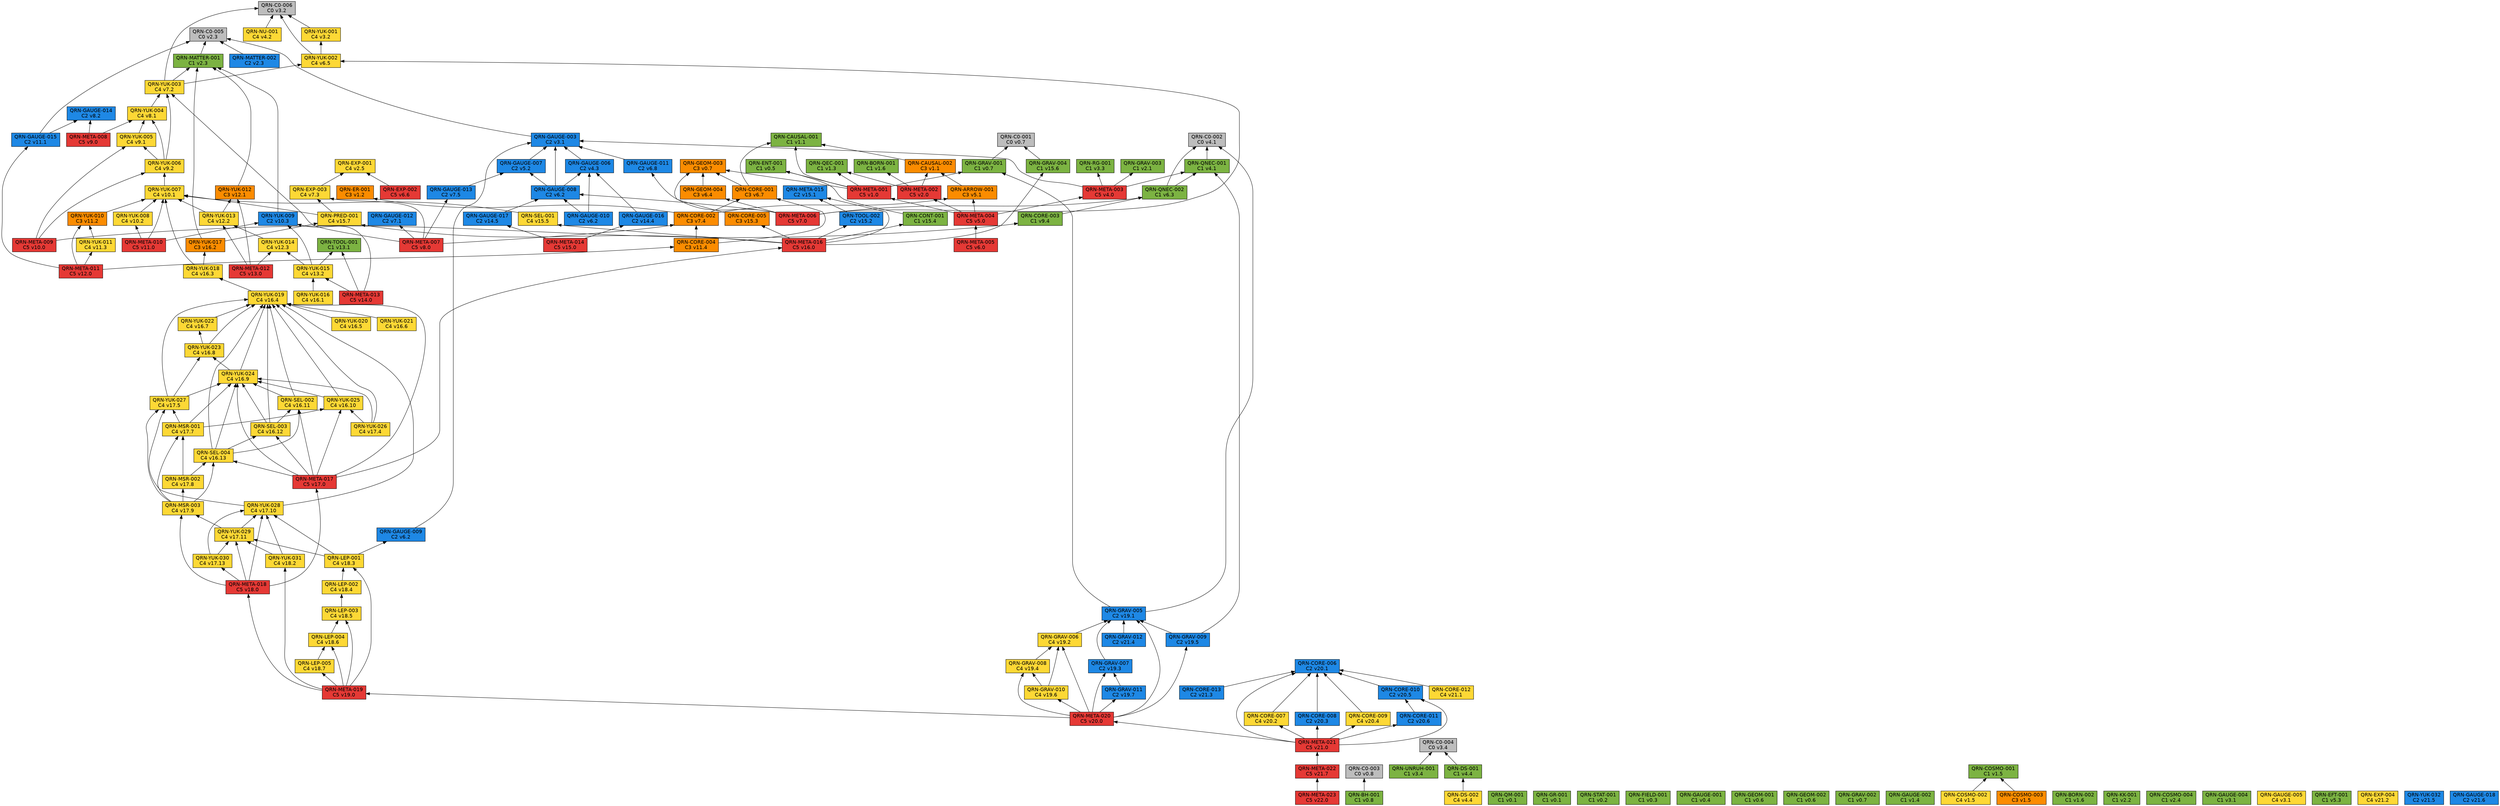
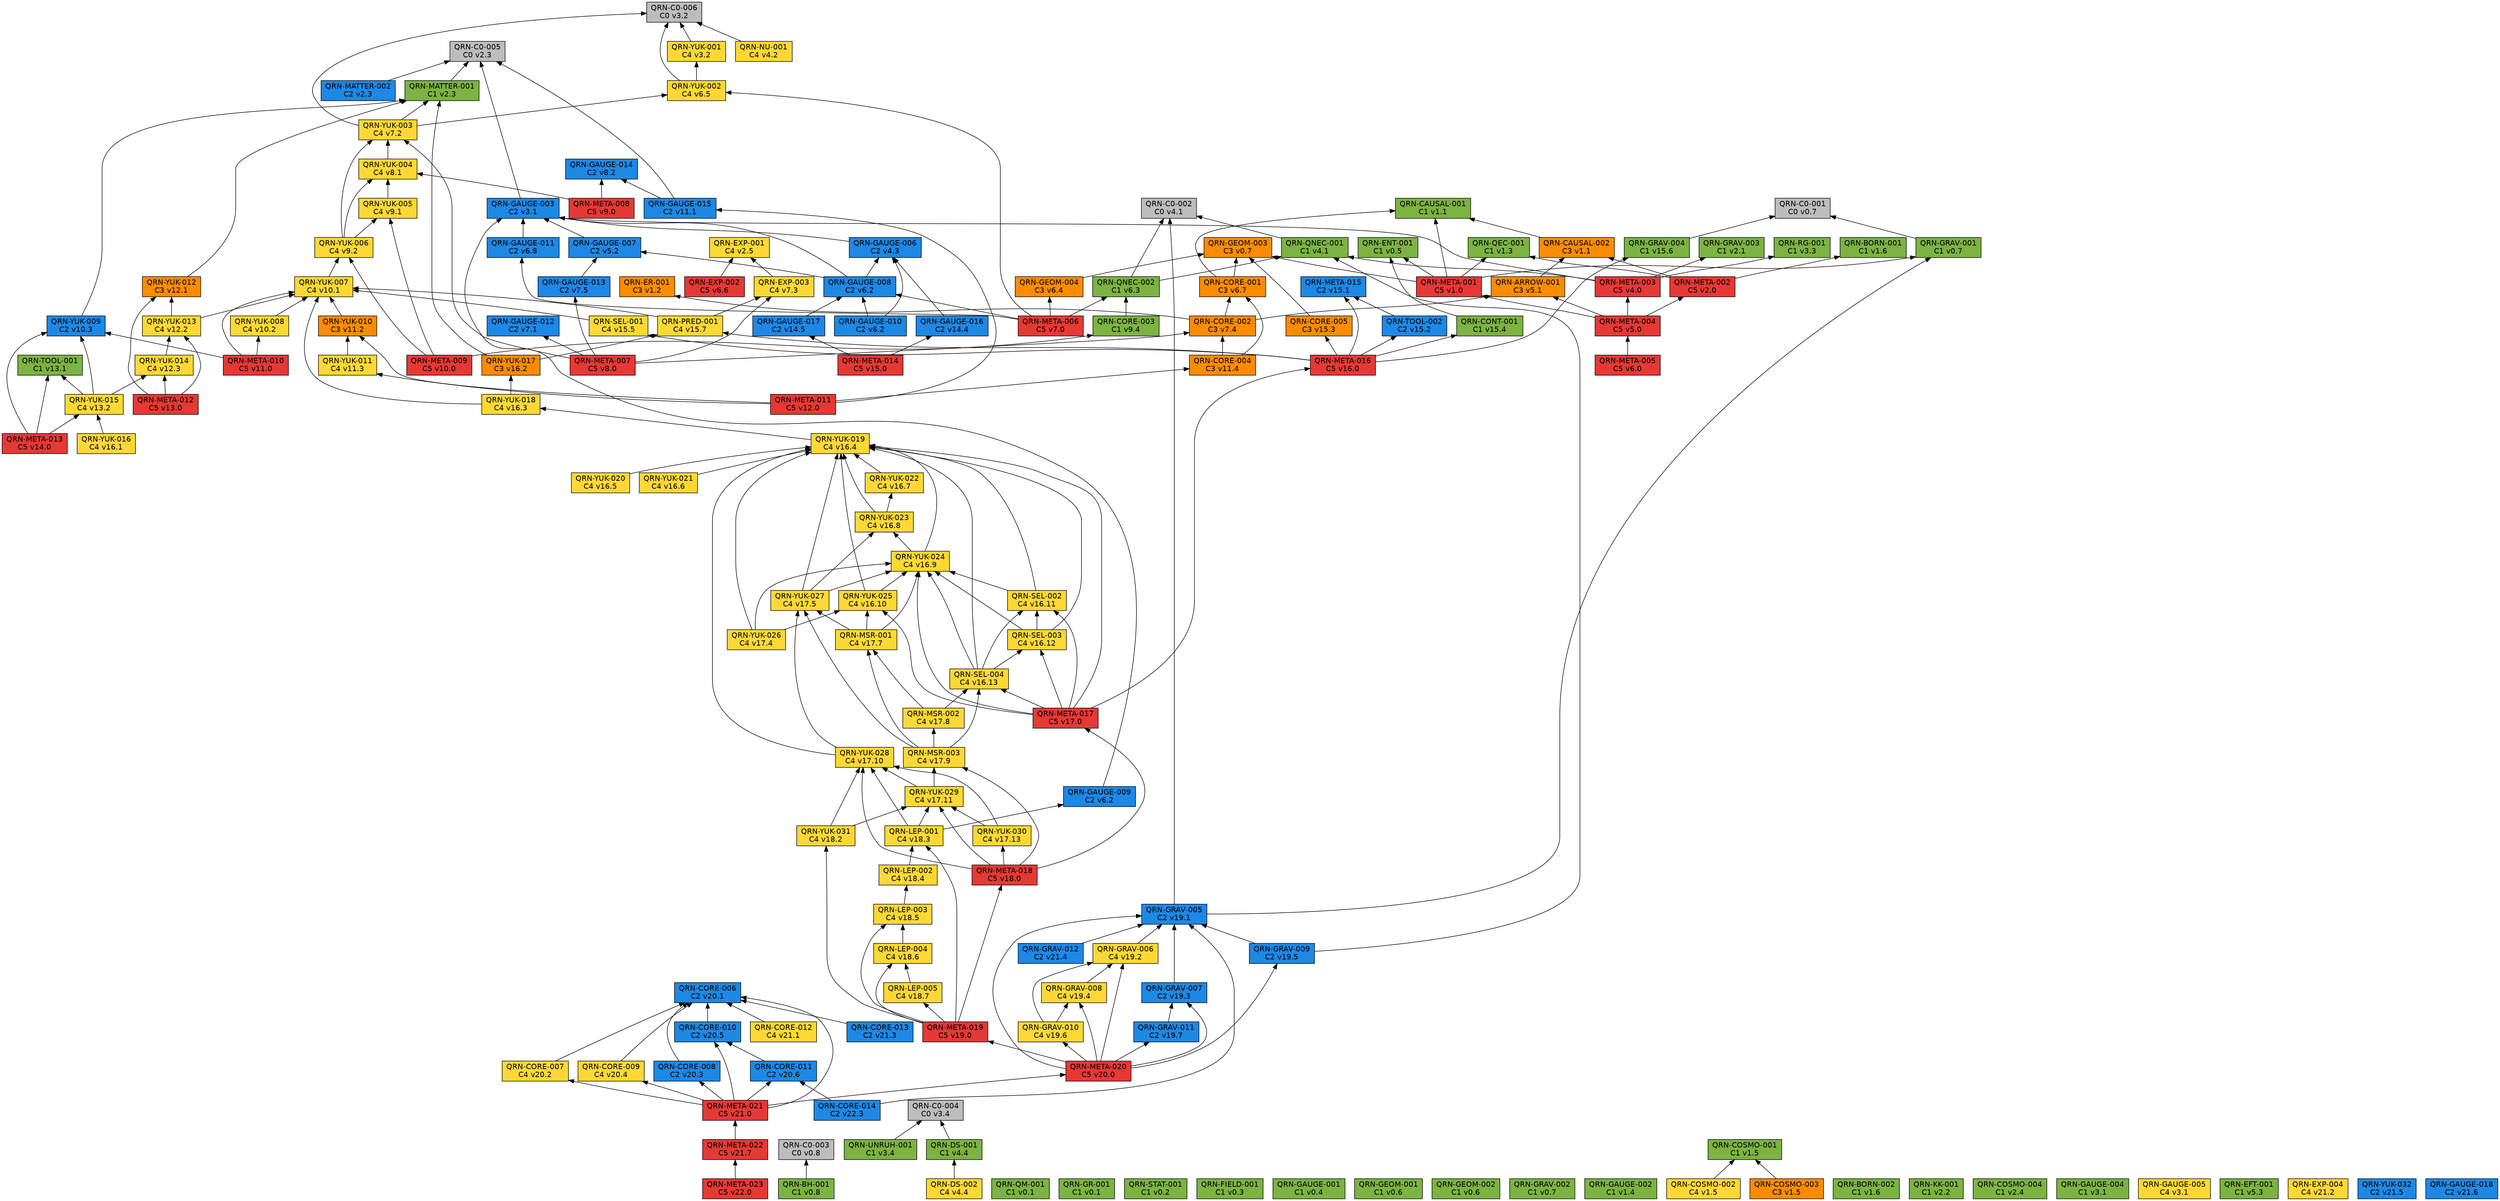
// 自動生成 (dag/report.pl) — QRN 主張依存グラフ
digraph qrn {
  rankdir=BT;
  node [shape=box, style=filled, fontname="Helvetica"];
  "QRN-C0-001" [fillcolor="#bdbdbd", label="QRN-C0-001\nC0 v0.7"];
  "QRN-C0-002" [fillcolor="#bdbdbd", label="QRN-C0-002\nC0 v4.1"];
  "QRN-C0-003" [fillcolor="#bdbdbd", label="QRN-C0-003\nC0 v0.8"];
  "QRN-C0-004" [fillcolor="#bdbdbd", label="QRN-C0-004\nC0 v3.4"];
  "QRN-C0-005" [fillcolor="#bdbdbd", label="QRN-C0-005\nC0 v2.3"];
  "QRN-C0-006" [fillcolor="#bdbdbd", label="QRN-C0-006\nC0 v3.2"];
  "QRN-QM-001" [fillcolor="#7cb342", label="QRN-QM-001\nC1 v0.1"];
  "QRN-GR-001" [fillcolor="#7cb342", label="QRN-GR-001\nC1 v0.1"];
  "QRN-STAT-001" [fillcolor="#7cb342", label="QRN-STAT-001\nC1 v0.2"];
  "QRN-FIELD-001" [fillcolor="#7cb342", label="QRN-FIELD-001\nC1 v0.3"];
  "QRN-GAUGE-001" [fillcolor="#7cb342", label="QRN-GAUGE-001\nC1 v0.4"];
  "QRN-ENT-001" [fillcolor="#7cb342", label="QRN-ENT-001\nC1 v0.5"];
  "QRN-GEOM-001" [fillcolor="#7cb342", label="QRN-GEOM-001\nC1 v0.6"];
  "QRN-GEOM-002" [fillcolor="#7cb342", label="QRN-GEOM-002\nC1 v0.6"];
  "QRN-GEOM-003" [fillcolor="#fb8c00", label="QRN-GEOM-003\nC3 v0.7"];
  "QRN-GRAV-001" [fillcolor="#7cb342", label="QRN-GRAV-001\nC1 v0.7"];
  "QRN-GRAV-002" [fillcolor="#7cb342", label="QRN-GRAV-002\nC1 v0.7"];
  "QRN-BH-001" [fillcolor="#7cb342", label="QRN-BH-001\nC1 v0.8"];
  "QRN-CAUSAL-001" [fillcolor="#7cb342", label="QRN-CAUSAL-001\nC1 v1.1"];
  "QRN-CAUSAL-002" [fillcolor="#fb8c00", label="QRN-CAUSAL-002\nC3 v1.1"];
  "QRN-ER-001" [fillcolor="#fb8c00", label="QRN-ER-001\nC3 v1.2"];
  "QRN-QEC-001" [fillcolor="#7cb342", label="QRN-QEC-001\nC1 v1.3"];
  "QRN-GAUGE-002" [fillcolor="#7cb342", label="QRN-GAUGE-002\nC1 v1.4"];
  "QRN-COSMO-001" [fillcolor="#7cb342", label="QRN-COSMO-001\nC1 v1.5"];
  "QRN-COSMO-002" [fillcolor="#fdd835", label="QRN-COSMO-002\nC4 v1.5"];
  "QRN-COSMO-003" [fillcolor="#fb8c00", label="QRN-COSMO-003\nC3 v1.5"];
  "QRN-BORN-001" [fillcolor="#7cb342", label="QRN-BORN-001\nC1 v1.6"];
  "QRN-BORN-002" [fillcolor="#7cb342", label="QRN-BORN-002\nC1 v1.6"];
  "QRN-GRAV-003" [fillcolor="#7cb342", label="QRN-GRAV-003\nC1 v2.1"];
  "QRN-KK-001" [fillcolor="#7cb342", label="QRN-KK-001\nC1 v2.2"];
  "QRN-MATTER-001" [fillcolor="#7cb342", label="QRN-MATTER-001\nC1 v2.3"];
  "QRN-MATTER-002" [fillcolor="#1e88e5", label="QRN-MATTER-002\nC2 v2.3"];
  "QRN-COSMO-004" [fillcolor="#7cb342", label="QRN-COSMO-004\nC1 v2.4"];
  "QRN-EXP-001" [fillcolor="#fdd835", label="QRN-EXP-001\nC4 v2.5"];
  "QRN-GAUGE-003" [fillcolor="#1e88e5", label="QRN-GAUGE-003\nC2 v3.1"];
  "QRN-GAUGE-004" [fillcolor="#7cb342", label="QRN-GAUGE-004\nC1 v3.1"];
  "QRN-GAUGE-005" [fillcolor="#fdd835", label="QRN-GAUGE-005\nC4 v3.1"];
  "QRN-YUK-001" [fillcolor="#fdd835", label="QRN-YUK-001\nC4 v3.2"];
  "QRN-RG-001" [fillcolor="#7cb342", label="QRN-RG-001\nC1 v3.3"];
  "QRN-UNRUH-001" [fillcolor="#7cb342", label="QRN-UNRUH-001\nC1 v3.4"];
  "QRN-QNEC-001" [fillcolor="#7cb342", label="QRN-QNEC-001\nC1 v4.1"];
  "QRN-NU-001" [fillcolor="#fdd835", label="QRN-NU-001\nC4 v4.2"];
  "QRN-GAUGE-006" [fillcolor="#1e88e5", label="QRN-GAUGE-006\nC2 v4.3"];
  "QRN-DS-001" [fillcolor="#7cb342", label="QRN-DS-001\nC1 v4.4"];
  "QRN-DS-002" [fillcolor="#fdd835", label="QRN-DS-002\nC4 v4.4"];
  "QRN-ARROW-001" [fillcolor="#fb8c00", label="QRN-ARROW-001\nC3 v5.1"];
  "QRN-GAUGE-007" [fillcolor="#1e88e5", label="QRN-GAUGE-007\nC2 v5.2"];
  "QRN-EFT-001" [fillcolor="#7cb342", label="QRN-EFT-001\nC1 v5.3"];
  "QRN-GAUGE-008" [fillcolor="#1e88e5", label="QRN-GAUGE-008\nC2 v6.2"];
  "QRN-GAUGE-009" [fillcolor="#1e88e5", label="QRN-GAUGE-009\nC2 v6.2"];
  "QRN-GAUGE-010" [fillcolor="#1e88e5", label="QRN-GAUGE-010\nC2 v6.2"];
  "QRN-QNEC-002" [fillcolor="#7cb342", label="QRN-QNEC-002\nC1 v6.3"];
  "QRN-GEOM-004" [fillcolor="#fb8c00", label="QRN-GEOM-004\nC3 v6.4"];
  "QRN-YUK-002" [fillcolor="#fdd835", label="QRN-YUK-002\nC4 v6.5"];
  "QRN-EXP-002" [fillcolor="#e53935", label="QRN-EXP-002\nC5 v6.6"];
  "QRN-CORE-001" [fillcolor="#fb8c00", label="QRN-CORE-001\nC3 v6.7"];
  "QRN-GAUGE-011" [fillcolor="#1e88e5", label="QRN-GAUGE-011\nC2 v6.8"];
  "QRN-GAUGE-012" [fillcolor="#1e88e5", label="QRN-GAUGE-012\nC2 v7.1"];
  "QRN-YUK-003" [fillcolor="#fdd835", label="QRN-YUK-003\nC4 v7.2"];
  "QRN-EXP-003" [fillcolor="#fdd835", label="QRN-EXP-003\nC4 v7.3"];
  "QRN-CORE-002" [fillcolor="#fb8c00", label="QRN-CORE-002\nC3 v7.4"];
  "QRN-GAUGE-013" [fillcolor="#1e88e5", label="QRN-GAUGE-013\nC2 v7.5"];
  "QRN-YUK-004" [fillcolor="#fdd835", label="QRN-YUK-004\nC4 v8.1"];
  "QRN-GAUGE-014" [fillcolor="#1e88e5", label="QRN-GAUGE-014\nC2 v8.2"];
  "QRN-META-001" [fillcolor="#e53935", label="QRN-META-001\nC5 v1.0"];
  "QRN-META-002" [fillcolor="#e53935", label="QRN-META-002\nC5 v2.0"];
  "QRN-META-003" [fillcolor="#e53935", label="QRN-META-003\nC5 v4.0"];
  "QRN-META-004" [fillcolor="#e53935", label="QRN-META-004\nC5 v5.0"];
  "QRN-META-005" [fillcolor="#e53935", label="QRN-META-005\nC5 v6.0"];
  "QRN-META-006" [fillcolor="#e53935", label="QRN-META-006\nC5 v7.0"];
  "QRN-META-007" [fillcolor="#e53935", label="QRN-META-007\nC5 v8.0"];
  "QRN-META-008" [fillcolor="#e53935", label="QRN-META-008\nC5 v9.0"];
  "QRN-YUK-005" [fillcolor="#fdd835", label="QRN-YUK-005\nC4 v9.1"];
  "QRN-YUK-006" [fillcolor="#fdd835", label="QRN-YUK-006\nC4 v9.2"];
  "QRN-CORE-003" [fillcolor="#7cb342", label="QRN-CORE-003\nC1 v9.4"];
  "QRN-META-009" [fillcolor="#e53935", label="QRN-META-009\nC5 v10.0"];
  "QRN-YUK-007" [fillcolor="#fdd835", label="QRN-YUK-007\nC4 v10.1"];
  "QRN-YUK-008" [fillcolor="#fdd835", label="QRN-YUK-008\nC4 v10.2"];
  "QRN-YUK-009" [fillcolor="#1e88e5", label="QRN-YUK-009\nC2 v10.3"];
  "QRN-META-010" [fillcolor="#e53935", label="QRN-META-010\nC5 v11.0"];
  "QRN-GAUGE-015" [fillcolor="#1e88e5", label="QRN-GAUGE-015\nC2 v11.1"];
  "QRN-YUK-010" [fillcolor="#fb8c00", label="QRN-YUK-010\nC3 v11.2"];
  "QRN-YUK-011" [fillcolor="#fdd835", label="QRN-YUK-011\nC4 v11.3"];
  "QRN-CORE-004" [fillcolor="#fb8c00", label="QRN-CORE-004\nC3 v11.4"];
  "QRN-META-011" [fillcolor="#e53935", label="QRN-META-011\nC5 v12.0"];
  "QRN-YUK-012" [fillcolor="#fb8c00", label="QRN-YUK-012\nC3 v12.1"];
  "QRN-YUK-013" [fillcolor="#fdd835", label="QRN-YUK-013\nC4 v12.2"];
  "QRN-YUK-014" [fillcolor="#fdd835", label="QRN-YUK-014\nC4 v12.3"];
  "QRN-META-012" [fillcolor="#e53935", label="QRN-META-012\nC5 v13.0"];
  "QRN-TOOL-001" [fillcolor="#7cb342", label="QRN-TOOL-001\nC1 v13.1"];
  "QRN-YUK-015" [fillcolor="#fdd835", label="QRN-YUK-015\nC4 v13.2"];
  "QRN-META-013" [fillcolor="#e53935", label="QRN-META-013\nC5 v14.0"];
  "QRN-GAUGE-016" [fillcolor="#1e88e5", label="QRN-GAUGE-016\nC2 v14.4"];
  "QRN-GAUGE-017" [fillcolor="#1e88e5", label="QRN-GAUGE-017\nC2 v14.5"];
  "QRN-META-014" [fillcolor="#e53935", label="QRN-META-014\nC5 v15.0"];
  "QRN-META-015" [fillcolor="#1e88e5", label="QRN-META-015\nC2 v15.1"];
  "QRN-TOOL-002" [fillcolor="#1e88e5", label="QRN-TOOL-002\nC2 v15.2"];
  "QRN-CORE-005" [fillcolor="#fb8c00", label="QRN-CORE-005\nC3 v15.3"];
  "QRN-CONT-001" [fillcolor="#7cb342", label="QRN-CONT-001\nC1 v15.4"];
  "QRN-SEL-001" [fillcolor="#fdd835", label="QRN-SEL-001\nC4 v15.5"];
  "QRN-GRAV-004" [fillcolor="#7cb342", label="QRN-GRAV-004\nC1 v15.6"];
  "QRN-PRED-001" [fillcolor="#fdd835", label="QRN-PRED-001\nC4 v15.7"];
  "QRN-META-016" [fillcolor="#e53935", label="QRN-META-016\nC5 v16.0"];
  "QRN-YUK-016" [fillcolor="#fdd835", label="QRN-YUK-016\nC4 v16.1"];
  "QRN-YUK-017" [fillcolor="#fb8c00", label="QRN-YUK-017\nC3 v16.2"];
  "QRN-YUK-018" [fillcolor="#fdd835", label="QRN-YUK-018\nC4 v16.3"];
  "QRN-YUK-019" [fillcolor="#fdd835", label="QRN-YUK-019\nC4 v16.4"];
  "QRN-YUK-020" [fillcolor="#fdd835", label="QRN-YUK-020\nC4 v16.5"];
  "QRN-YUK-021" [fillcolor="#fdd835", label="QRN-YUK-021\nC4 v16.6"];
  "QRN-YUK-022" [fillcolor="#fdd835", label="QRN-YUK-022\nC4 v16.7"];
  "QRN-YUK-023" [fillcolor="#fdd835", label="QRN-YUK-023\nC4 v16.8"];
  "QRN-YUK-024" [fillcolor="#fdd835", label="QRN-YUK-024\nC4 v16.9"];
  "QRN-YUK-025" [fillcolor="#fdd835", label="QRN-YUK-025\nC4 v16.10"];
  "QRN-SEL-002" [fillcolor="#fdd835", label="QRN-SEL-002\nC4 v16.11"];
  "QRN-SEL-003" [fillcolor="#fdd835", label="QRN-SEL-003\nC4 v16.12"];
  "QRN-SEL-004" [fillcolor="#fdd835", label="QRN-SEL-004\nC4 v16.13"];
  "QRN-META-017" [fillcolor="#e53935", label="QRN-META-017\nC5 v17.0"];
  "QRN-YUK-026" [fillcolor="#fdd835", label="QRN-YUK-026\nC4 v17.4"];
  "QRN-YUK-027" [fillcolor="#fdd835", label="QRN-YUK-027\nC4 v17.5"];
  "QRN-MSR-001" [fillcolor="#fdd835", label="QRN-MSR-001\nC4 v17.7"];
  "QRN-MSR-002" [fillcolor="#fdd835", label="QRN-MSR-002\nC4 v17.8"];
  "QRN-MSR-003" [fillcolor="#fdd835", label="QRN-MSR-003\nC4 v17.9"];
  "QRN-YUK-028" [fillcolor="#fdd835", label="QRN-YUK-028\nC4 v17.10"];
  "QRN-YUK-029" [fillcolor="#fdd835", label="QRN-YUK-029\nC4 v17.11"];
  "QRN-YUK-030" [fillcolor="#fdd835", label="QRN-YUK-030\nC4 v17.13"];
  "QRN-META-018" [fillcolor="#e53935", label="QRN-META-018\nC5 v18.0"];
  "QRN-YUK-031" [fillcolor="#fdd835", label="QRN-YUK-031\nC4 v18.2"];
  "QRN-LEP-001" [fillcolor="#fdd835", label="QRN-LEP-001\nC4 v18.3"];
  "QRN-LEP-002" [fillcolor="#fdd835", label="QRN-LEP-002\nC4 v18.4"];
  "QRN-LEP-003" [fillcolor="#fdd835", label="QRN-LEP-003\nC4 v18.5"];
  "QRN-LEP-004" [fillcolor="#fdd835", label="QRN-LEP-004\nC4 v18.6"];
  "QRN-LEP-005" [fillcolor="#fdd835", label="QRN-LEP-005\nC4 v18.7"];
  "QRN-META-019" [fillcolor="#e53935", label="QRN-META-019\nC5 v19.0"];
  "QRN-GRAV-005" [fillcolor="#1e88e5", label="QRN-GRAV-005\nC2 v19.1"];
  "QRN-GRAV-006" [fillcolor="#fdd835", label="QRN-GRAV-006\nC4 v19.2"];
  "QRN-GRAV-007" [fillcolor="#1e88e5", label="QRN-GRAV-007\nC2 v19.3"];
  "QRN-GRAV-008" [fillcolor="#fdd835", label="QRN-GRAV-008\nC4 v19.4"];
  "QRN-GRAV-009" [fillcolor="#1e88e5", label="QRN-GRAV-009\nC2 v19.5"];
  "QRN-GRAV-010" [fillcolor="#fdd835", label="QRN-GRAV-010\nC4 v19.6"];
  "QRN-GRAV-011" [fillcolor="#1e88e5", label="QRN-GRAV-011\nC2 v19.7"];
  "QRN-META-020" [fillcolor="#e53935", label="QRN-META-020\nC5 v20.0"];
  "QRN-CORE-006" [fillcolor="#1e88e5", label="QRN-CORE-006\nC2 v20.1"];
  "QRN-CORE-007" [fillcolor="#fdd835", label="QRN-CORE-007\nC4 v20.2"];
  "QRN-CORE-008" [fillcolor="#1e88e5", label="QRN-CORE-008\nC2 v20.3"];
  "QRN-CORE-009" [fillcolor="#fdd835", label="QRN-CORE-009\nC4 v20.4"];
  "QRN-CORE-010" [fillcolor="#1e88e5", label="QRN-CORE-010\nC2 v20.5"];
  "QRN-CORE-011" [fillcolor="#1e88e5", label="QRN-CORE-011\nC2 v20.6"];
  "QRN-META-021" [fillcolor="#e53935", label="QRN-META-021\nC5 v21.0"];
  "QRN-CORE-012" [fillcolor="#fdd835", label="QRN-CORE-012\nC4 v21.1"];
  "QRN-EXP-004" [fillcolor="#fdd835", label="QRN-EXP-004\nC4 v21.2"];
  "QRN-CORE-013" [fillcolor="#1e88e5", label="QRN-CORE-013\nC2 v21.3"];
  "QRN-GRAV-012" [fillcolor="#1e88e5", label="QRN-GRAV-012\nC2 v21.4"];
  "QRN-YUK-032" [fillcolor="#1e88e5", label="QRN-YUK-032\nC2 v21.5"];
  "QRN-GAUGE-018" [fillcolor="#1e88e5", label="QRN-GAUGE-018\nC2 v21.6"];
  "QRN-META-022" [fillcolor="#e53935", label="QRN-META-022\nC5 v21.7"];
  "QRN-META-023" [fillcolor="#e53935", label="QRN-META-023\nC5 v22.0"];
+   "QRN-CORE-014" [fillcolor="#1e88e5", label="QRN-CORE-014\nC2 v22.3"];
  "QRN-GRAV-001" -> "QRN-C0-001";
  "QRN-BH-001" -> "QRN-C0-003";
  "QRN-CAUSAL-002" -> "QRN-CAUSAL-001";
  "QRN-COSMO-002" -> "QRN-COSMO-001";
  "QRN-COSMO-003" -> "QRN-COSMO-001";
  "QRN-MATTER-001" -> "QRN-C0-005";
  "QRN-MATTER-002" -> "QRN-C0-005";
  "QRN-GAUGE-003" -> "QRN-C0-005";
  "QRN-YUK-001" -> "QRN-C0-006";
  "QRN-UNRUH-001" -> "QRN-C0-004";
  "QRN-QNEC-001" -> "QRN-C0-002";
  "QRN-NU-001" -> "QRN-C0-006";
  "QRN-GAUGE-006" -> "QRN-GAUGE-003";
  "QRN-DS-001" -> "QRN-C0-004";
  "QRN-DS-002" -> "QRN-DS-001";
  "QRN-ARROW-001" -> "QRN-CAUSAL-002";
  "QRN-GAUGE-007" -> "QRN-GAUGE-003";
  "QRN-GAUGE-008" -> "QRN-GAUGE-003";
  "QRN-GAUGE-008" -> "QRN-GAUGE-006";
  "QRN-GAUGE-008" -> "QRN-GAUGE-007";
  "QRN-GAUGE-009" -> "QRN-GAUGE-003";
  "QRN-GAUGE-010" -> "QRN-GAUGE-006";
  "QRN-GAUGE-010" -> "QRN-GAUGE-008";
  "QRN-QNEC-002" -> "QRN-C0-002";
  "QRN-QNEC-002" -> "QRN-QNEC-001";
  "QRN-GEOM-004" -> "QRN-GEOM-003";
  "QRN-YUK-002" -> "QRN-C0-006";
  "QRN-YUK-002" -> "QRN-YUK-001";
  "QRN-EXP-002" -> "QRN-EXP-001";
  "QRN-CORE-001" -> "QRN-GEOM-003";
  "QRN-CORE-001" -> "QRN-CAUSAL-001";
  "QRN-GAUGE-011" -> "QRN-GAUGE-003";
  "QRN-YUK-003" -> "QRN-C0-006";
  "QRN-YUK-003" -> "QRN-MATTER-001";
  "QRN-YUK-003" -> "QRN-YUK-002";
  "QRN-EXP-003" -> "QRN-EXP-001";
  "QRN-CORE-002" -> "QRN-CORE-001";
  "QRN-CORE-002" -> "QRN-ER-001";
  "QRN-CORE-002" -> "QRN-ARROW-001";
  "QRN-GAUGE-013" -> "QRN-GAUGE-007";
  "QRN-YUK-004" -> "QRN-YUK-003";
  "QRN-META-001" -> "QRN-GEOM-003";
  "QRN-META-001" -> "QRN-GRAV-001";
  "QRN-META-001" -> "QRN-CAUSAL-001";
  "QRN-META-001" -> "QRN-QEC-001";
  "QRN-META-001" -> "QRN-ENT-001";
  "QRN-META-002" -> "QRN-QEC-001";
  "QRN-META-002" -> "QRN-BORN-001";
  "QRN-META-002" -> "QRN-CAUSAL-002";
  "QRN-META-003" -> "QRN-GAUGE-003";
  "QRN-META-003" -> "QRN-RG-001";
  "QRN-META-003" -> "QRN-QNEC-001";
  "QRN-META-003" -> "QRN-GRAV-003";
  "QRN-META-004" -> "QRN-META-001";
  "QRN-META-004" -> "QRN-META-002";
  "QRN-META-004" -> "QRN-META-003";
  "QRN-META-004" -> "QRN-ARROW-001";
  "QRN-META-005" -> "QRN-META-004";
  "QRN-META-006" -> "QRN-GAUGE-008";
  "QRN-META-006" -> "QRN-QNEC-002";
  "QRN-META-006" -> "QRN-GEOM-004";
  "QRN-META-006" -> "QRN-YUK-002";
  "QRN-META-006" -> "QRN-GAUGE-011";
  "QRN-META-007" -> "QRN-GAUGE-012";
  "QRN-META-007" -> "QRN-YUK-003";
  "QRN-META-007" -> "QRN-EXP-003";
  "QRN-META-007" -> "QRN-CORE-002";
  "QRN-META-007" -> "QRN-GAUGE-013";
  "QRN-META-008" -> "QRN-YUK-004";
  "QRN-META-008" -> "QRN-GAUGE-014";
  "QRN-YUK-005" -> "QRN-YUK-004";
  "QRN-YUK-006" -> "QRN-YUK-003";
  "QRN-YUK-006" -> "QRN-YUK-004";
  "QRN-YUK-006" -> "QRN-YUK-005";
  "QRN-CORE-003" -> "QRN-QNEC-002";
  "QRN-META-009" -> "QRN-YUK-005";
  "QRN-META-009" -> "QRN-YUK-006";
  "QRN-META-009" -> "QRN-CORE-003";
  "QRN-YUK-007" -> "QRN-YUK-006";
  "QRN-YUK-008" -> "QRN-YUK-007";
  "QRN-YUK-009" -> "QRN-MATTER-001";
  "QRN-META-010" -> "QRN-YUK-007";
  "QRN-META-010" -> "QRN-YUK-008";
  "QRN-META-010" -> "QRN-YUK-009";
  "QRN-GAUGE-015" -> "QRN-C0-005";
  "QRN-GAUGE-015" -> "QRN-GAUGE-014";
  "QRN-YUK-010" -> "QRN-YUK-007";
  "QRN-YUK-011" -> "QRN-YUK-010";
  "QRN-CORE-004" -> "QRN-CORE-001";
  "QRN-CORE-004" -> "QRN-CORE-002";
  "QRN-META-011" -> "QRN-GAUGE-015";
  "QRN-META-011" -> "QRN-YUK-010";
  "QRN-META-011" -> "QRN-YUK-011";
  "QRN-META-011" -> "QRN-CORE-004";
  "QRN-YUK-012" -> "QRN-MATTER-001";
  "QRN-YUK-013" -> "QRN-YUK-012";
  "QRN-YUK-013" -> "QRN-YUK-007";
  "QRN-YUK-014" -> "QRN-YUK-013";
  "QRN-META-012" -> "QRN-YUK-012";
  "QRN-META-012" -> "QRN-YUK-013";
  "QRN-META-012" -> "QRN-YUK-014";
  "QRN-YUK-015" -> "QRN-YUK-014";
  "QRN-YUK-015" -> "QRN-TOOL-001";
  "QRN-YUK-015" -> "QRN-YUK-009";
  "QRN-META-013" -> "QRN-YUK-015";
  "QRN-META-013" -> "QRN-TOOL-001";
  "QRN-META-013" -> "QRN-YUK-009";
  "QRN-GAUGE-016" -> "QRN-GAUGE-006";
  "QRN-GAUGE-017" -> "QRN-GAUGE-008";
  "QRN-META-014" -> "QRN-GAUGE-016";
  "QRN-META-014" -> "QRN-GAUGE-017";
  "QRN-TOOL-002" -> "QRN-META-015";
  "QRN-CORE-005" -> "QRN-GEOM-003";
  "QRN-CONT-001" -> "QRN-ENT-001";
  "QRN-SEL-001" -> "QRN-YUK-007";
  "QRN-GRAV-004" -> "QRN-C0-001";
  "QRN-PRED-001" -> "QRN-YUK-007";
  "QRN-PRED-001" -> "QRN-EXP-003";
  "QRN-META-016" -> "QRN-META-015";
  "QRN-META-016" -> "QRN-TOOL-002";
  "QRN-META-016" -> "QRN-CORE-005";
  "QRN-META-016" -> "QRN-CONT-001";
  "QRN-META-016" -> "QRN-SEL-001";
  "QRN-META-016" -> "QRN-GRAV-004";
  "QRN-META-016" -> "QRN-PRED-001";
  "QRN-YUK-016" -> "QRN-YUK-015";
  "QRN-YUK-017" -> "QRN-MATTER-001";
  "QRN-YUK-017" -> "QRN-PRED-001";
  "QRN-YUK-018" -> "QRN-YUK-017";
  "QRN-YUK-018" -> "QRN-YUK-007";
  "QRN-YUK-019" -> "QRN-YUK-018";
  "QRN-YUK-020" -> "QRN-YUK-019";
  "QRN-YUK-021" -> "QRN-YUK-019";
  "QRN-YUK-022" -> "QRN-YUK-019";
  "QRN-YUK-023" -> "QRN-YUK-019";
  "QRN-YUK-023" -> "QRN-YUK-022";
  "QRN-YUK-024" -> "QRN-YUK-019";
  "QRN-YUK-024" -> "QRN-YUK-023";
  "QRN-YUK-025" -> "QRN-YUK-019";
  "QRN-YUK-025" -> "QRN-YUK-024";
  "QRN-SEL-002" -> "QRN-YUK-019";
  "QRN-SEL-002" -> "QRN-YUK-024";
  "QRN-SEL-003" -> "QRN-YUK-019";
  "QRN-SEL-003" -> "QRN-YUK-024";
  "QRN-SEL-003" -> "QRN-SEL-002";
  "QRN-SEL-004" -> "QRN-YUK-019";
  "QRN-SEL-004" -> "QRN-YUK-024";
  "QRN-SEL-004" -> "QRN-SEL-002";
  "QRN-SEL-004" -> "QRN-SEL-003";
  "QRN-META-017" -> "QRN-META-016";
  "QRN-META-017" -> "QRN-YUK-019";
  "QRN-META-017" -> "QRN-YUK-024";
  "QRN-META-017" -> "QRN-YUK-025";
  "QRN-META-017" -> "QRN-SEL-002";
  "QRN-META-017" -> "QRN-SEL-003";
  "QRN-META-017" -> "QRN-SEL-004";
  "QRN-YUK-026" -> "QRN-YUK-019";
  "QRN-YUK-026" -> "QRN-YUK-024";
  "QRN-YUK-026" -> "QRN-YUK-025";
  "QRN-YUK-027" -> "QRN-YUK-019";
  "QRN-YUK-027" -> "QRN-YUK-023";
  "QRN-YUK-027" -> "QRN-YUK-024";
  "QRN-MSR-001" -> "QRN-YUK-024";
  "QRN-MSR-001" -> "QRN-YUK-025";
  "QRN-MSR-001" -> "QRN-YUK-027";
  "QRN-MSR-002" -> "QRN-SEL-004";
  "QRN-MSR-002" -> "QRN-MSR-001";
  "QRN-MSR-003" -> "QRN-MSR-001";
  "QRN-MSR-003" -> "QRN-MSR-002";
  "QRN-MSR-003" -> "QRN-SEL-004";
  "QRN-MSR-003" -> "QRN-YUK-027";
  "QRN-YUK-028" -> "QRN-YUK-019";
  "QRN-YUK-028" -> "QRN-YUK-027";
  "QRN-YUK-029" -> "QRN-YUK-028";
  "QRN-YUK-029" -> "QRN-MSR-003";
  "QRN-YUK-030" -> "QRN-YUK-028";
  "QRN-YUK-030" -> "QRN-YUK-029";
  "QRN-META-018" -> "QRN-META-017";
  "QRN-META-018" -> "QRN-MSR-003";
  "QRN-META-018" -> "QRN-YUK-028";
  "QRN-META-018" -> "QRN-YUK-029";
  "QRN-META-018" -> "QRN-YUK-030";
  "QRN-YUK-031" -> "QRN-YUK-028";
  "QRN-YUK-031" -> "QRN-YUK-029";
  "QRN-LEP-001" -> "QRN-YUK-028";
  "QRN-LEP-001" -> "QRN-YUK-029";
  "QRN-LEP-001" -> "QRN-GAUGE-009";
  "QRN-LEP-002" -> "QRN-LEP-001";
  "QRN-LEP-003" -> "QRN-LEP-002";
  "QRN-LEP-004" -> "QRN-LEP-003";
  "QRN-LEP-005" -> "QRN-LEP-004";
  "QRN-META-019" -> "QRN-META-018";
  "QRN-META-019" -> "QRN-YUK-031";
  "QRN-META-019" -> "QRN-LEP-001";
  "QRN-META-019" -> "QRN-LEP-003";
  "QRN-META-019" -> "QRN-LEP-004";
  "QRN-META-019" -> "QRN-LEP-005";
  "QRN-GRAV-005" -> "QRN-C0-002";
  "QRN-GRAV-005" -> "QRN-GRAV-001";
  "QRN-GRAV-006" -> "QRN-GRAV-005";
  "QRN-GRAV-007" -> "QRN-GRAV-005";
  "QRN-GRAV-008" -> "QRN-GRAV-006";
  "QRN-GRAV-009" -> "QRN-GRAV-005";
  "QRN-GRAV-009" -> "QRN-QNEC-001";
  "QRN-GRAV-010" -> "QRN-GRAV-006";
  "QRN-GRAV-010" -> "QRN-GRAV-008";
  "QRN-GRAV-011" -> "QRN-GRAV-007";
  "QRN-META-020" -> "QRN-META-019";
  "QRN-META-020" -> "QRN-GRAV-005";
  "QRN-META-020" -> "QRN-GRAV-006";
  "QRN-META-020" -> "QRN-GRAV-007";
  "QRN-META-020" -> "QRN-GRAV-008";
  "QRN-META-020" -> "QRN-GRAV-009";
  "QRN-META-020" -> "QRN-GRAV-010";
  "QRN-META-020" -> "QRN-GRAV-011";
  "QRN-CORE-007" -> "QRN-CORE-006";
  "QRN-CORE-008" -> "QRN-CORE-006";
  "QRN-CORE-009" -> "QRN-CORE-006";
  "QRN-CORE-010" -> "QRN-CORE-006";
  "QRN-CORE-011" -> "QRN-CORE-010";
  "QRN-META-021" -> "QRN-META-020";
  "QRN-META-021" -> "QRN-CORE-006";
  "QRN-META-021" -> "QRN-CORE-007";
  "QRN-META-021" -> "QRN-CORE-008";
  "QRN-META-021" -> "QRN-CORE-009";
  "QRN-META-021" -> "QRN-CORE-010";
  "QRN-META-021" -> "QRN-CORE-011";
  "QRN-CORE-012" -> "QRN-CORE-006";
  "QRN-CORE-013" -> "QRN-CORE-006";
  "QRN-GRAV-012" -> "QRN-GRAV-005";
  "QRN-META-022" -> "QRN-META-021";
  "QRN-META-023" -> "QRN-META-022";
+   "QRN-CORE-014" -> "QRN-CORE-011";
+   "QRN-CORE-014" -> "QRN-GRAV-005";
}
